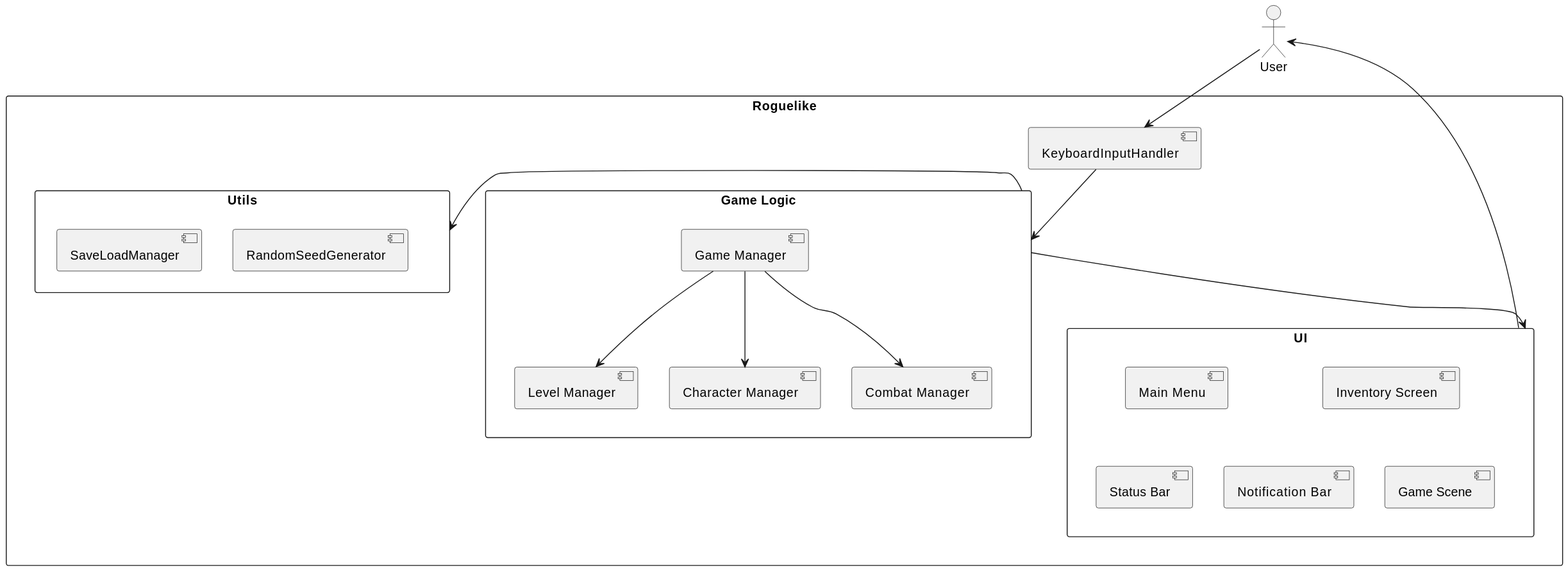
itmo-software-design/roguelike keeps this PlantUML diagram as docs/images/componentDiagram.svg. Above is the earlier version.
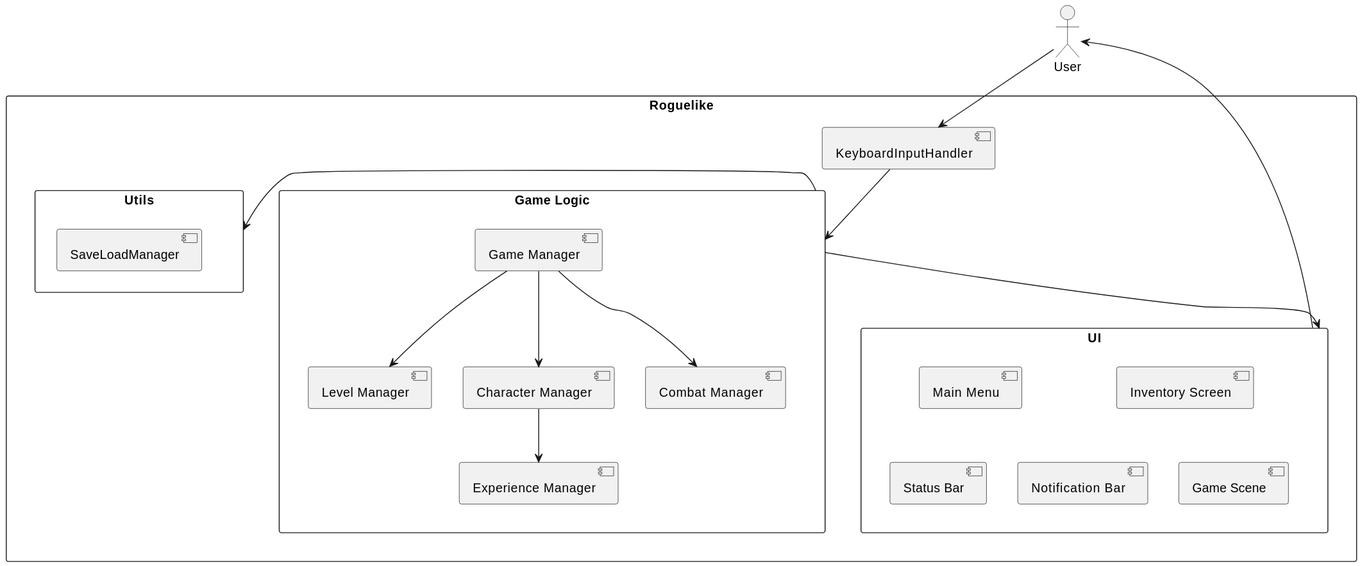
Above is the later version.

Commit message:
Обновил схемы

What changed in the source:
```diff
@@ -8,13 +8,13 @@
 
     rectangle "Utils" {
         [SaveLoadManager]
-        [RandomSeedGenerator]
     }
     rectangle "Game Logic" {
         [Game Manager]
         together {
             [Level Manager]
             [Character Manager]
+            [Experience Manager]
             [Combat Manager]
         }
     }
@@ -33,6 +33,7 @@
 [KeyboardInputHandler] -down-> [Game Logic]
 [Game Manager] -down-> [Level Manager]
 [Game Manager] -down-> [Character Manager]
+[Character Manager] -down-> [Experience Manager]
 [Game Manager] -down-> [Combat Manager]
 [Game Logic] -down-> [UI]
 [Game Logic] -left-> [Utils]
```
